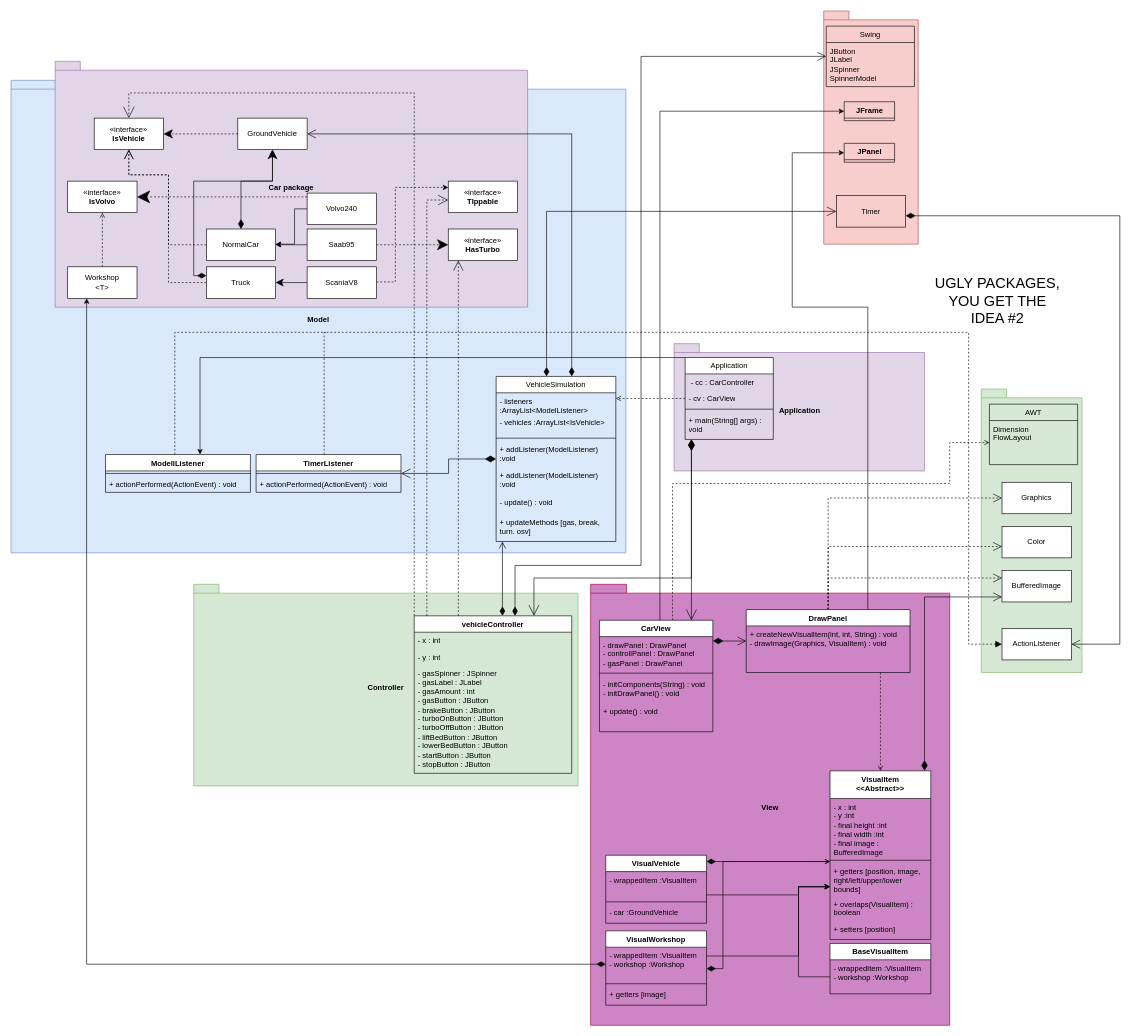
This is page "Page-1" (1 of 2) of lab4/Lab4UML.drawio from sophucking/Grupp16Labb3, a draw.io file, before an edit. Source tidied: cells renumbered, new cells numbered last; positions are measured from the earlier drawing's top-left corner, leaving out a move shared by most shapes. Both pictures are drawn from the tidied source at 63%, with x=0, y=0 at pixel (11, 11).
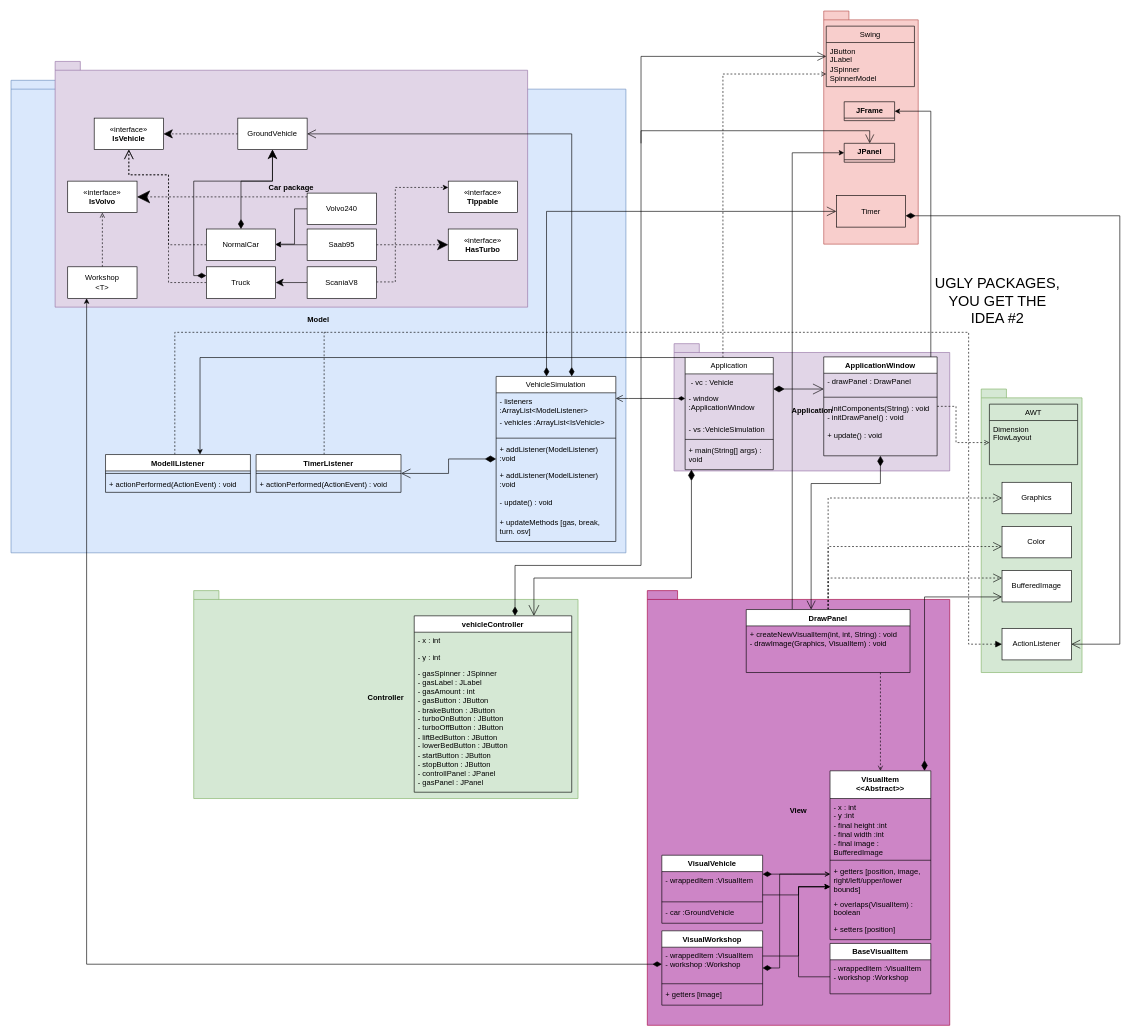
The same diagram, later.

Unchanged cells that the change refers to:
```xml
<mxCell id="25" value="DrawPanel" style="swimlane;fontStyle=1;align=center;verticalAlign=top;horizontal=1;startSize=26;whiteSpace=wrap;html=1;" parent="1" vertex="1">
  <mxGeometry x="1167" y="950" width="260" height="100" as="geometry" />
</mxCell>
<mxCell id="45" value="JFrame" style="swimlane;fontStyle=1;align=center;verticalAlign=top;horizontal=1;startSize=26;whiteSpace=wrap;html=1;fillColor=none;" parent="1" vertex="1" collapsed="1">
  <mxGeometry x="1322.5" y="144" width="80" height="30" as="geometry" />
</mxCell>
<mxCell id="46" value="JPanel" style="swimlane;fontStyle=1;align=center;verticalAlign=top;horizontal=1;startSize=26;whiteSpace=wrap;html=1;fillColor=none;" parent="1" vertex="1" collapsed="1">
  <mxGeometry x="1322.5" y="210" width="80" height="30" as="geometry" />
</mxCell>
<mxCell id="60" value="VehicleSimulation" style="swimlane;fontStyle=0;horizontal=1;startSize=26;fillColor=default;whiteSpace=wrap;html=1;" parent="1" vertex="1">
  <mxGeometry x="770" y="580" width="190" height="262" as="geometry" />
</mxCell>
<mxCell id="69" value="&lt;div&gt;«interface»&lt;/div&gt;&lt;div&gt;&lt;b&gt;TIppable&lt;/b&gt;&lt;/div&gt;" style="html=1;whiteSpace=wrap;" parent="1" vertex="1">
  <mxGeometry x="694" y="270" width="110" height="50" as="geometry" />
</mxCell>
<mxCell id="75" value="&lt;div&gt;Dimension&lt;/div&gt;&lt;div&gt;FlowLayout&lt;br&gt;&lt;/div&gt;" style="text;strokeColor=none;fillColor=none;align=left;verticalAlign=top;spacingLeft=4;spacingRight=4;overflow=hidden;points=[[0,0.5],[1,0.5]];portConstraint=eastwest;whiteSpace=wrap;html=1;" parent="74" vertex="1">
  <mxGeometry y="26" width="140" height="70" as="geometry" />
</mxCell>
<mxCell id="76" value="Swing" style="swimlane;fontStyle=0;horizontal=1;startSize=26;fillColor=none;whiteSpace=wrap;html=1;" parent="1" vertex="1">
  <mxGeometry x="1294" y="24" width="140" height="96" as="geometry" />
</mxCell>
<mxCell id="79" value="&lt;div&gt;«interface»&lt;/div&gt;&lt;div&gt;&lt;b&gt;IsVehicle&lt;/b&gt;&lt;/div&gt;" style="html=1;whiteSpace=wrap;" parent="1" vertex="1">
  <mxGeometry x="132" y="170" width="110" height="50" as="geometry" />
</mxCell>
<mxCell id="86" value="VisualItem&lt;br&gt;&amp;lt;&amp;lt;Abstract&amp;gt;&amp;gt;" style="swimlane;fontStyle=1;align=center;verticalAlign=top;horizontal=1;startSize=44;whiteSpace=wrap;html=1;" parent="1" vertex="1">
  <mxGeometry x="1300" y="1206" width="160" height="268" as="geometry" />
</mxCell>
```

Diff of the diagram source:
```diff
@@
     <mxCell id="3" value="Application" style="shape=folder;fontStyle=1;spacingTop=10;tabWidth=40;tabHeight=14;tabPosition=left;html=1;whiteSpace=wrap;fillColor=#e1d5e7;strokeColor=#9673a6;" parent="1" vertex="1">
-      <mxGeometry x="1052.5" y="528" width="397.5" height="202" as="geometry" />
+      <mxGeometry x="1052.5" y="528" width="437.5" height="202" as="geometry" />
     </mxCell>
     <mxCell id="4" value="View" style="shape=folder;fontStyle=1;spacingTop=10;tabWidth=40;tabHeight=14;tabPosition=left;html=1;whiteSpace=wrap;fillColor=#CD85C6;strokeColor=#A50040;fontColor=#000000;" parent="1" vertex="1">
-      <mxGeometry x="920" y="910" width="570" height="700" as="geometry" />
+      <mxGeometry x="1010" y="920" width="480" height="690" as="geometry" />
     </mxCell>
     <mxCell id="5" value="Controller" style="shape=folder;fontStyle=1;spacingTop=10;tabWidth=40;tabHeight=14;tabPosition=left;html=1;whiteSpace=wrap;fillColor=#d5e8d4;strokeColor=#82b366;" parent="1" vertex="1">
-      <mxGeometry x="290" y="910" width="610" height="320" as="geometry" />
+      <mxGeometry x="290" y="920" width="610" height="330" as="geometry" />
     </mxCell>
@@
-    <mxCell id="9" style="edgeStyle=orthogonalEdgeStyle;rounded=0;jettySize=auto;html=1;endArrow=open;endFill=0;startArrow=diamondThin;startFill=1;endSize=9;startSize=12;" parent="1" edge="1" source="10" target="60">
-      <mxGeometry relative="1" as="geometry">
-        <Array as="points">
-          <mxPoint x="780" y="850" />
-          <mxPoint x="780" y="850" />
-        </Array>
-      </mxGeometry>
-    </mxCell>
     <mxCell id="10" value="&lt;div&gt;vehicleController&lt;/div&gt;" style="swimlane;fontStyle=1;align=center;verticalAlign=top;horizontal=1;startSize=26;whiteSpace=wrap;html=1;" parent="1" vertex="1">
-      <mxGeometry x="640" y="960" width="250" height="250" as="geometry" />
+      <mxGeometry x="640" y="960" width="250" height="280" as="geometry" />
     </mxCell>
@@
-    <mxCell id="13" value="&lt;div&gt;- gasSpinner : JSpinner&lt;/div&gt;&lt;div&gt;- gasLabel : JLabel&lt;/div&gt;&lt;div&gt;- gasAmount : int&lt;/div&gt;&lt;div&gt;- gasButton : JButton&lt;/div&gt;&lt;div&gt;- brakeButton : JButton&lt;/div&gt;&lt;div&gt;- turboOnButton : JButton&lt;/div&gt;&lt;div&gt;- turboOffButton : JButton&lt;/div&gt;&lt;div&gt;- liftBedButton  : JButton&lt;/div&gt;&lt;div&gt;- lowerBedButton : JButton&lt;/div&gt;&lt;div&gt;- startButton : JButton&lt;/div&gt;&lt;div&gt;- stopButton  : JButton&lt;/div&gt;" style="text;strokeColor=none;fillColor=none;align=left;verticalAlign=top;spacingLeft=4;spacingRight=4;overflow=hidden;whiteSpace=wrap;html=1;" parent="10" vertex="1">
-      <mxGeometry y="78" width="250" height="172" as="geometry" />
+    <mxCell id="13" value="&lt;div&gt;- gasSpinner : JSpinner&lt;/div&gt;&lt;div&gt;- gasLabel : JLabel&lt;/div&gt;&lt;div&gt;- gasAmount : int&lt;/div&gt;&lt;div&gt;- gasButton : JButton&lt;/div&gt;&lt;div&gt;- brakeButton : JButton&lt;/div&gt;&lt;div&gt;- turboOnButton : JButton&lt;/div&gt;&lt;div&gt;- turboOffButton : JButton&lt;/div&gt;&lt;div&gt;- liftBedButton  : JButton&lt;/div&gt;&lt;div&gt;- lowerBedButton : JButton&lt;/div&gt;&lt;div&gt;- startButton : JButton&lt;/div&gt;&lt;div&gt;- stopButton  : JButton&lt;/div&gt;&lt;div&gt;&lt;div&gt;- controllPanel : JPanel&lt;br&gt;&lt;/div&gt;&lt;div&gt;- gasPanel : JPanel&lt;/div&gt;&lt;/div&gt;" style="text;strokeColor=none;fillColor=none;align=left;verticalAlign=top;spacingLeft=4;spacingRight=4;overflow=hidden;whiteSpace=wrap;html=1;" parent="10" vertex="1">
+      <mxGeometry y="78" width="250" height="202" as="geometry" />
     </mxCell>
     <mxCell id="14" style="edgeStyle=orthogonalEdgeStyle;rounded=0;jettySize=auto;html=1;" parent="1" edge="1" source="16" target="45">
       <mxGeometry relative="1" as="geometry">
         <Array as="points">
-          <mxPoint x="1030" y="159" />
+          <mxPoint x="1460" y="159" />
         </Array>
       </mxGeometry>
     </mxCell>
     <mxCell id="15" style="edgeStyle=orthogonalEdgeStyle;rounded=0;jettySize=auto;html=1;dashed=1;endArrow=open;endFill=0;" parent="1" edge="1" source="16" target="75">
       <mxGeometry relative="1" as="geometry">
         <Array as="points">
-          <mxPoint x="1050" y="750" />
-          <mxPoint x="1490" y="750" />
-          <mxPoint x="1490" y="685" />
+          <mxPoint x="1500" y="628" />
+          <mxPoint x="1500" y="685" />
         </Array>
       </mxGeometry>
     </mxCell>
-    <mxCell id="16" value="CarView" style="swimlane;fontStyle=1;align=center;verticalAlign=top;horizontal=1;startSize=26;whiteSpace=wrap;html=1;" parent="1" vertex="1">
-      <mxGeometry x="934" y="967" width="180" height="177" as="geometry" />
+    <mxCell id="16" value="ApplicationWindow" style="swimlane;fontStyle=1;align=center;verticalAlign=top;horizontal=1;startSize=26;whiteSpace=wrap;html=1;" parent="1" vertex="1">
+      <mxGeometry x="1290" y="549" width="180" height="157" as="geometry" />
     </mxCell>
-    <mxCell id="17" value="&lt;div&gt;- drawPanel : DrawPanel&lt;/div&gt;&lt;div&gt;- controllPanel : DrawPanel&lt;br&gt;&lt;/div&gt;&lt;div&gt;- gasPanel : DrawPanel&lt;/div&gt;" style="text;strokeColor=none;fillColor=none;align=left;verticalAlign=top;spacingLeft=4;spacingRight=4;overflow=hidden;whiteSpace=wrap;html=1;" parent="16" vertex="1">
-      <mxGeometry y="26" width="180" height="54" as="geometry" />
+    <mxCell id="17" value="&lt;div&gt;- drawPanel : DrawPanel&lt;/div&gt;" style="text;strokeColor=none;fillColor=none;align=left;verticalAlign=top;spacingLeft=4;spacingRight=4;overflow=hidden;whiteSpace=wrap;html=1;" parent="16" vertex="1">
+      <mxGeometry y="26" width="180" height="34" as="geometry" />
     </mxCell>
     <mxCell id="18" style="line;strokeWidth=1;fillColor=none;align=left;verticalAlign=middle;spacingTop=-1;spacingLeft=3;spacingRight=3;labelPosition=right;strokeColor=inherit;" parent="16" vertex="1">
-      <mxGeometry y="80" width="180" height="8" as="geometry" />
+      <mxGeometry y="60" width="180" height="8" as="geometry" />
     </mxCell>
     <mxCell id="19" value="&lt;div&gt;- initComponents(String) : void&lt;/div&gt;&lt;div&gt;- initDrawPanel() : void&lt;br&gt;&lt;/div&gt;&lt;div&gt;&lt;br&gt;&lt;/div&gt;&lt;div&gt;+ update() : void&lt;br&gt;&lt;/div&gt;" style="text;strokeColor=none;fillColor=none;align=left;verticalAlign=top;spacingLeft=4;spacingRight=4;overflow=hidden;whiteSpace=wrap;html=1;" parent="16" vertex="1">
-      <mxGeometry y="88" width="180" height="89" as="geometry" />
+      <mxGeometry y="68" width="180" height="89" as="geometry" />
     </mxCell>
@@
     <mxCell id="21" style="edgeStyle=orthogonalEdgeStyle;rounded=0;jettySize=auto;html=1;" parent="1" edge="1" source="25" target="46">
       <mxGeometry relative="1" as="geometry">
         <Array as="points">
-          <mxPoint x="1360" y="470" />
-          <mxPoint x="1240" y="470" />
           <mxPoint x="1240" y="225" />
         </Array>
       </mxGeometry>
     </mxCell>
@@
     <mxCell id="38" value="1" style="endArrow=open;html=1;endSize=12;startArrow=diamondThin;startSize=14;startFill=1;edgeStyle=orthogonalEdgeStyle;align=left;verticalAlign=bottom;rounded=0;fontColor=none;noLabel=1;" parent="1" edge="1" source="16" target="25">
       <mxGeometry x="-1" y="3" relative="1" as="geometry">
         <Array as="points">
-          <mxPoint x="1130" y="1000" />
-          <mxPoint x="1130" y="1000" />
+          <mxPoint x="1380" y="750" />
+          <mxPoint x="1270" y="750" />
         </Array>
       </mxGeometry>
     </mxCell>
@@
-    <mxCell id="57" style="edgeStyle=orthogonalEdgeStyle;rounded=0;jettySize=auto;html=1;endArrow=open;endFill=0;dashed=1;endSize=14;" parent="1" edge="1" source="10">
-      <mxGeometry relative="1" as="geometry">
-        <mxPoint x="710" y="396" as="targetPoint" />
-        <Array as="points">
-          <mxPoint x="710" y="890" />
-          <mxPoint x="710" y="890" />
-        </Array>
-      </mxGeometry>
-    </mxCell>
@@
-    <mxCell id="59" style="edgeStyle=orthogonalEdgeStyle;rounded=0;jettySize=auto;html=1;dashed=1;endArrow=open;endFill=0;startSize=14;endSize=16;" parent="1" edge="1" source="10" target="79">
-      <mxGeometry relative="1" as="geometry">
-        <Array as="points">
-          <mxPoint x="640" y="130" />
-          <mxPoint x="187" y="130" />
-        </Array>
-      </mxGeometry>
-    </mxCell>
@@
-    <mxCell id="70" style="edgeStyle=orthogonalEdgeStyle;rounded=0;jettySize=auto;html=1;endArrow=open;endFill=0;dashed=1;endSize=14;" parent="1" edge="1" source="10" target="69">
-      <mxGeometry relative="1" as="geometry">
-        <Array as="points">
-          <mxPoint x="660" y="300" />
-        </Array>
-      </mxGeometry>
-    </mxCell>
@@
     <mxCell id="73" style="edgeStyle=orthogonalEdgeStyle;rounded=0;jettySize=auto;html=1;startArrow=diamondThin;startFill=1;endSize=15;startSize=15;endArrow=open;endFill=0;" parent="1" edge="1" source="107" target="16">
       <mxGeometry relative="1" as="geometry">
         <Array as="points">
-          <mxPoint x="1080" y="940" />
-          <mxPoint x="1080" y="940" />
+          <mxPoint x="1230" y="600" />
+          <mxPoint x="1230" y="600" />
         </Array>
       </mxGeometry>
     </mxCell>
@@
     <mxCell id="93" value="VisualVehicle" style="swimlane;fontStyle=1;align=center;verticalAlign=top;horizontal=1;startSize=26;whiteSpace=wrap;html=1;" parent="1" vertex="1">
-      <mxGeometry x="944" y="1340" width="160" height="108" as="geometry" />
+      <mxGeometry x="1033" y="1340" width="160" height="108" as="geometry" />
     </mxCell>
@@
     <mxCell id="98" style="edgeStyle=orthogonalEdgeStyle;rounded=0;jettySize=auto;html=1;startArrow=diamondThin;startFill=1;startSize=12;endArrow=open;endFill=0;" parent="1" edge="1" source="99" target="86">
       <mxGeometry relative="1" as="geometry">
         <Array as="points">
-          <mxPoint x="1130" y="1520" />
-          <mxPoint x="1130" y="1350" />
+          <mxPoint x="1220" y="1519" />
+          <mxPoint x="1220" y="1370" />
         </Array>
       </mxGeometry>
     </mxCell>
     <mxCell id="99" value="VisualWorkshop" style="swimlane;fontStyle=1;align=center;verticalAlign=top;horizontal=1;startSize=26;whiteSpace=wrap;html=1;" parent="1" vertex="1">
-      <mxGeometry x="944" y="1460" width="160" height="118" as="geometry" />
+      <mxGeometry x="1033" y="1460" width="160" height="118" as="geometry" />
     </mxCell>
@@
     <mxCell id="103" style="edgeStyle=orthogonalEdgeStyle;rounded=0;jettySize=auto;html=1;startArrow=diamondThin;startFill=1;startSize=12;endArrow=open;endFill=0;" parent="1" edge="1" source="93" target="86">
       <mxGeometry relative="1" as="geometry">
         <Array as="points">
-          <mxPoint x="1160" y="1350" />
-          <mxPoint x="1160" y="1350" />
+          <mxPoint x="1240" y="1370" />
+          <mxPoint x="1240" y="1370" />
         </Array>
       </mxGeometry>
     </mxCell>
@@
+    <mxCell id="119" style="edgeStyle=orthogonalEdgeStyle;rounded=0;jettySize=auto;html=1;dashed=1;endArrow=open;endFill=0;" parent="1" edge="1" source="107" target="76">
+      <mxGeometry relative="1" as="geometry">
+        <Array as="points">
+          <mxPoint x="1130" y="100" />
+        </Array>
+      </mxGeometry>
+    </mxCell>
     <mxCell id="107" value="Application" style="swimlane;fontStyle=0;horizontal=1;startSize=26;fillColor=default;whiteSpace=wrap;html=1;" parent="1" vertex="1">
-      <mxGeometry x="1070" y="550" width="140" height="130" as="geometry" />
+      <mxGeometry x="1070" y="550" width="140" height="178" as="geometry" />
     </mxCell>
-    <mxCell id="108" value="&lt;div&gt;&amp;nbsp;- cc : CarController&lt;/div&gt;" style="text;strokeColor=none;fillColor=none;align=left;verticalAlign=top;spacingLeft=4;spacingRight=4;overflow=hidden;whiteSpace=wrap;html=1;" parent="107" vertex="1">
+    <mxCell id="108" value="&lt;div&gt;&amp;nbsp;- vc : Vehicle&lt;/div&gt;" style="text;strokeColor=none;fillColor=none;align=left;verticalAlign=top;spacingLeft=4;spacingRight=4;overflow=hidden;whiteSpace=wrap;html=1;" parent="107" vertex="1">
       <mxGeometry y="26" width="140" height="26" as="geometry" />
     </mxCell>
-    <mxCell id="109" value="&lt;div&gt;- cv : CarView&lt;/div&gt;" style="text;strokeColor=none;fillColor=none;align=left;verticalAlign=top;spacingLeft=4;spacingRight=4;overflow=hidden;points=[[0,0.5],[1,0.5]];portConstraint=eastwest;whiteSpace=wrap;html=1;" parent="107" vertex="1">
-      <mxGeometry y="52" width="140" height="26" as="geometry" />
+    <mxCell id="109" value="&lt;div&gt;- window :ApplicationWindow&lt;br&gt;&lt;/div&gt;" style="text;strokeColor=none;fillColor=none;align=left;verticalAlign=top;spacingLeft=4;spacingRight=4;overflow=hidden;points=[[0,0.5],[1,0.5]];portConstraint=eastwest;whiteSpace=wrap;html=1;" parent="107" vertex="1">
+      <mxGeometry y="52" width="140" height="48" as="geometry" />
     </mxCell>
+    <mxCell id="120" value="&lt;div&gt;- vs :VehicleSimulation&lt;/div&gt;" style="text;strokeColor=none;fillColor=none;align=left;verticalAlign=top;spacingLeft=4;spacingRight=4;overflow=hidden;whiteSpace=wrap;html=1;" parent="107" vertex="1">
+      <mxGeometry y="100" width="140" height="26" as="geometry" />
+    </mxCell>
     <mxCell id="110" style="line;strokeWidth=1;fillColor=none;align=left;verticalAlign=middle;spacingTop=-1;spacingLeft=3;spacingRight=3;labelPosition=right;strokeColor=inherit;" parent="107" vertex="1">
-      <mxGeometry y="78" width="140" height="8" as="geometry" />
+      <mxGeometry y="126" width="140" height="8" as="geometry" />
     </mxCell>
     <mxCell id="111" value="&lt;div&gt;+ main(String[] args) : void&lt;/div&gt;" style="text;strokeColor=none;fillColor=none;align=left;verticalAlign=top;spacingLeft=4;spacingRight=4;overflow=hidden;whiteSpace=wrap;html=1;" parent="107" vertex="1">
-      <mxGeometry y="86" width="140" height="44" as="geometry" />
+      <mxGeometry y="134" width="140" height="44" as="geometry" />
     </mxCell>
@@
-    <mxCell id="118" style="edgeStyle=orthogonalEdgeStyle;rounded=0;jettySize=auto;html=1;endArrow=open;endFill=0;dashed=1;" parent="1" edge="1" source="109" target="60">
+    <mxCell id="118" style="edgeStyle=orthogonalEdgeStyle;rounded=0;jettySize=auto;html=1;endArrow=open;endFill=0;startArrow=diamondThin;startFill=1;endSize=9;startSize=9;" parent="1" edge="1" source="109" target="60">
       <mxGeometry relative="1" as="geometry">
         <Array as="points">
           <mxPoint x="980" y="615" />
           <mxPoint x="980" y="615" />
         </Array>
       </mxGeometry>
     </mxCell>
+    <mxCell id="121" value="1" style="endArrow=open;html=1;endSize=12;startArrow=none;startSize=12;startFill=0;edgeStyle=orthogonalEdgeStyle;align=left;verticalAlign=bottom;rounded=0;fontColor=none;noLabel=1;" parent="1" edge="1" target="46">
+      <mxGeometry x="-1" y="3" relative="1" as="geometry">
+        <mxPoint x="1000" y="210" as="sourcePoint" />
+        <Array as="points">
+          <mxPoint x="1000" y="190" />
+          <mxPoint x="1363" y="190" />
+        </Array>
+      </mxGeometry>
+    </mxCell>
```
